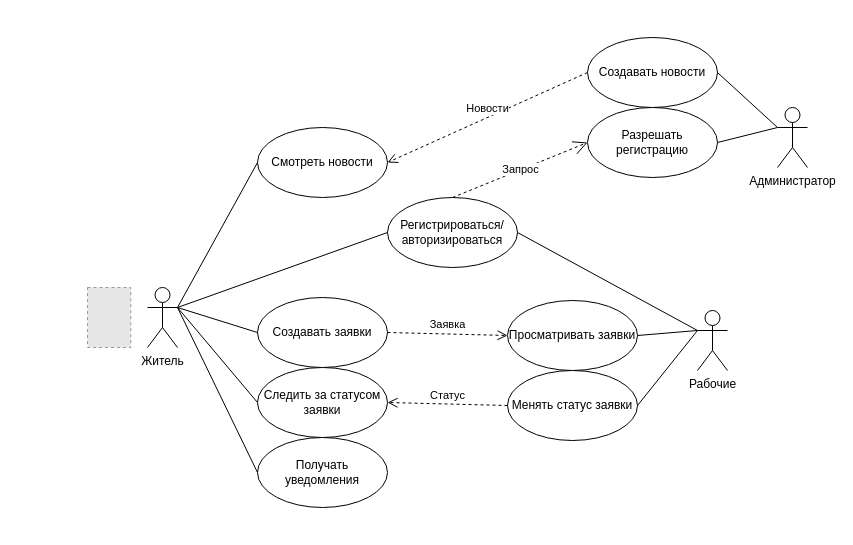
This is diagrams/use_case_diagram.drawio from ArthurDavletov/ufanet_practice_zheu, a draw.io file, before an edit. Source tidied: cells renumbered, new cells numbered last; positions are measured from the earlier drawing's top-left corner, leaving out a move shared by most shapes. Both pictures are drawn from the tidied source at 100%, with x=0, y=0 at pixel (87, 37). Pictures stored in the file or linked from it are replaced by grey dashed boxes.
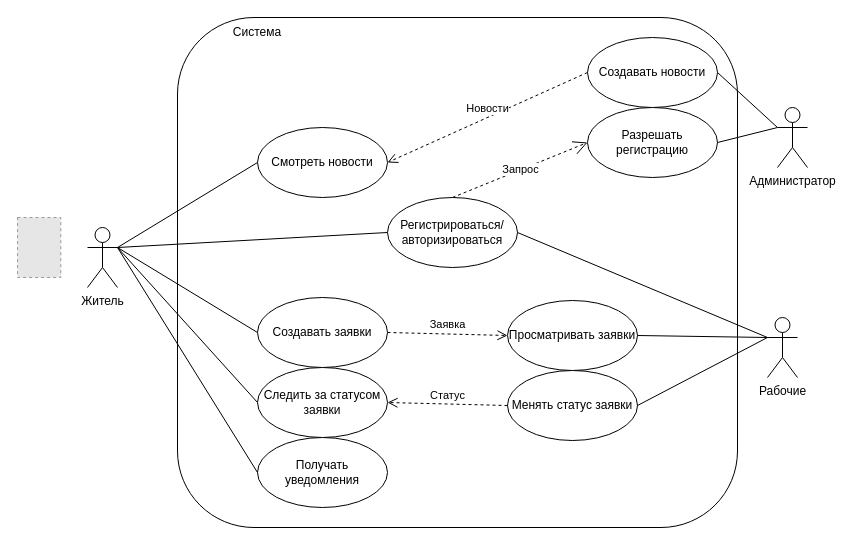
The same diagram, later.

Commit message (it also covers changes not shown here):
добавили систему use case

What changed in the source:
```diff
@@
     <mxCell id="2" value="Житель" style="shape=umlActor;verticalLabelPosition=bottom;verticalAlign=top;html=1;" parent="1" vertex="1">
-      <mxGeometry x="60" y="250" width="30" height="60" as="geometry" />
+      <mxGeometry y="190" width="30" height="60" as="geometry" />
     </mxCell>
@@
     <mxCell id="4" value="Рабочие" style="shape=umlActor;verticalLabelPosition=bottom;verticalAlign=top;html=1;" parent="1" vertex="1">
-      <mxGeometry x="610" y="273" width="30" height="60" as="geometry" />
+      <mxGeometry x="680" y="280" width="30" height="60" as="geometry" />
     </mxCell>
@@
     <mxCell id="28" style="fillColor=#E6E6E6;strokeColor=#999999;dashed=1;verticalLabelPosition=bottom;labelBackgroundColor=default;verticalAlign=top;" parent="1" vertex="1">
-      <mxGeometry y="250" width="43.3" height="60" as="geometry" />
+      <mxGeometry x="-70" y="180" width="43.3" height="60" as="geometry" />
     </mxCell>
+    <mxCell id="29" style="rounded=1;whiteSpace=wrap;html=1;fillColor=none;" parent="1" vertex="1">
+      <mxGeometry x="90" y="-20" width="560" height="510" as="geometry" />
+    </mxCell>
+    <mxCell id="30" value="Система" style="text;html=1;whiteSpace=wrap;strokeColor=none;fillColor=none;align=center;verticalAlign=middle;rounded=0;" parent="1" vertex="1">
+      <mxGeometry x="140" y="-20" width="60" height="30" as="geometry" />
+    </mxCell>
```
